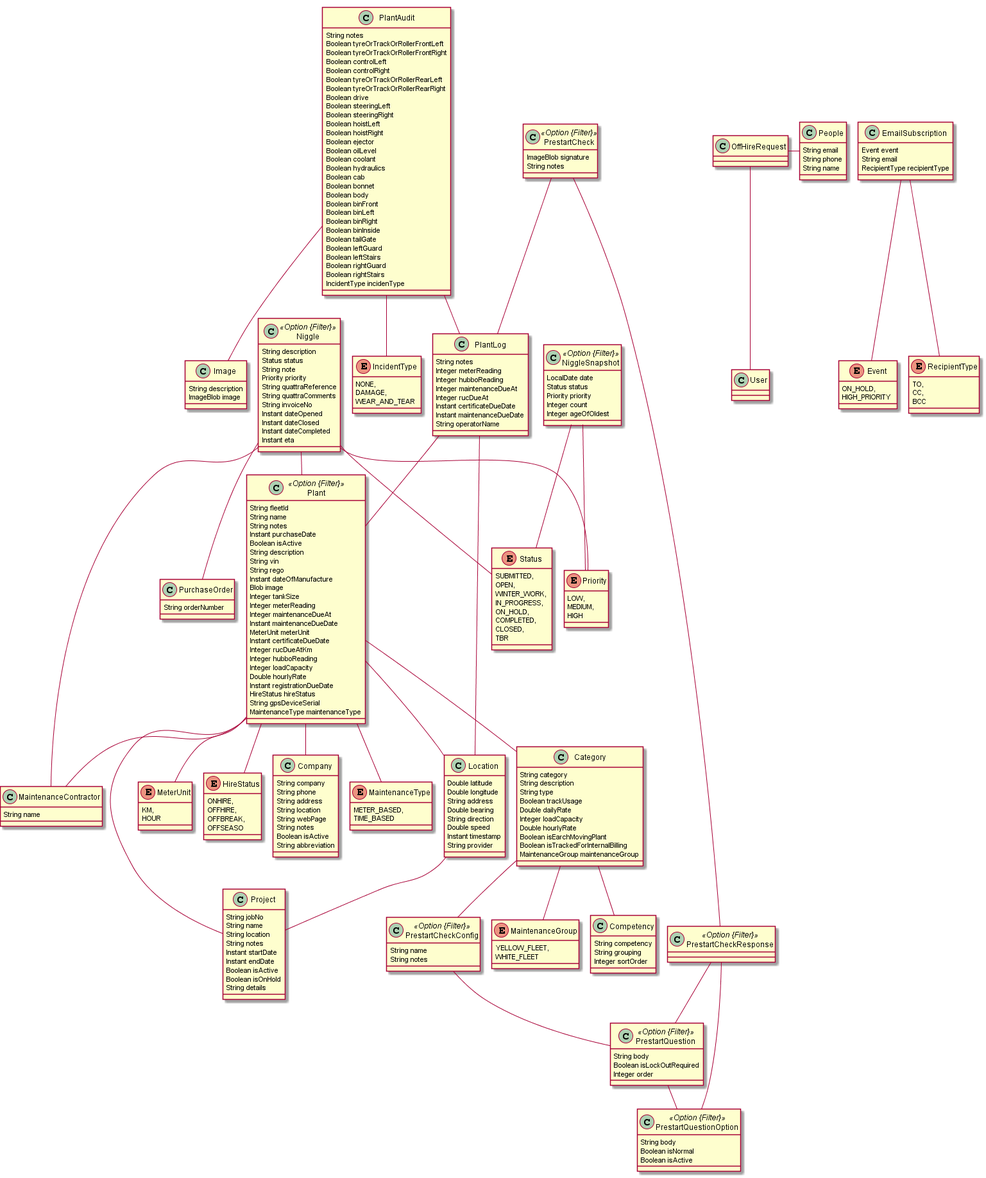
The PlantUML diagram entity.png in LIUTaichen/prestart-jhipster, before a commit.
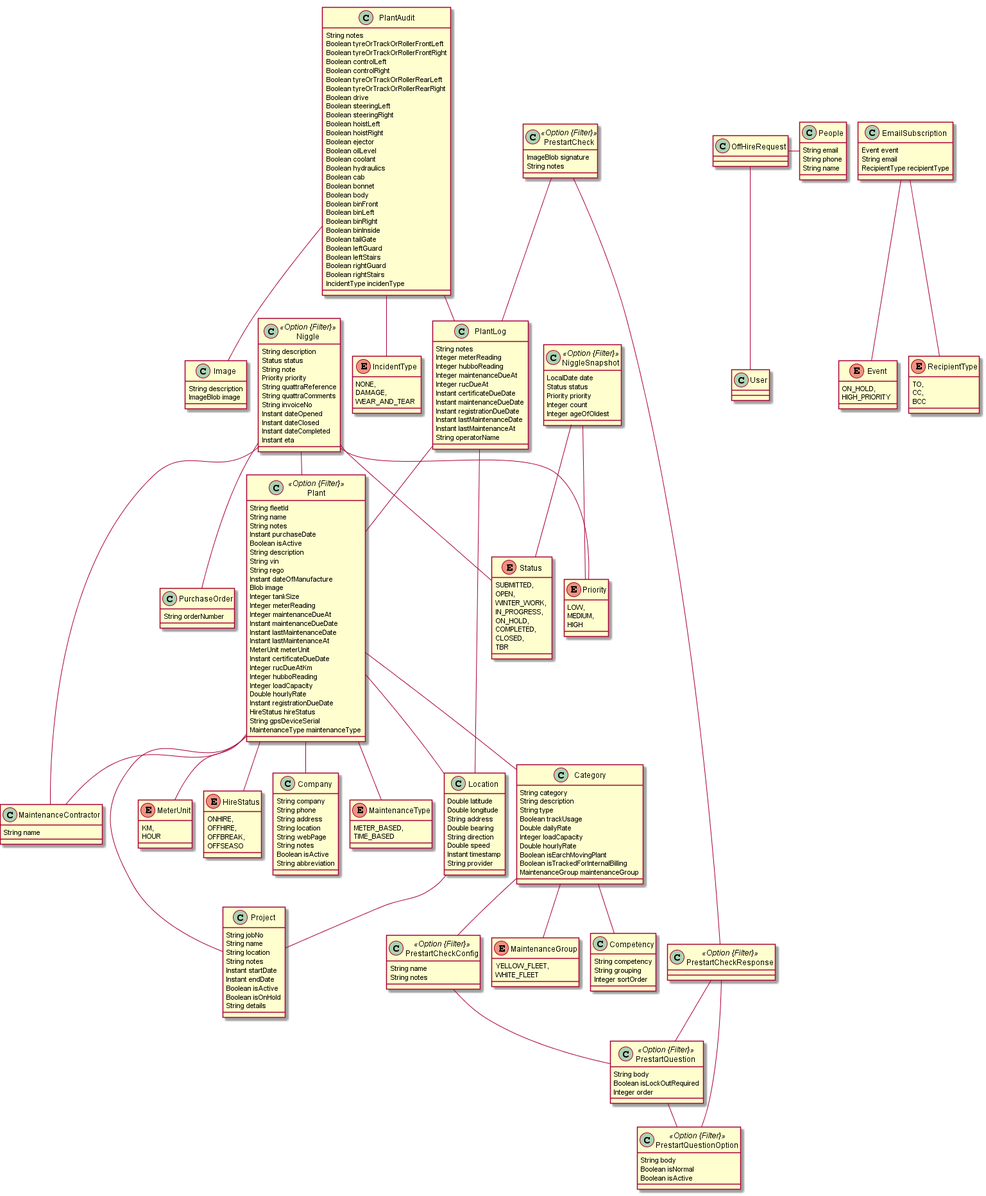
The same file after the commit.

What changed in the source:
```diff
@@ -16,6 +16,8 @@
 		Integer meterReading
 		Integer maintenanceDueAt
 		Instant maintenanceDueDate
+		Instant lastMaintenanceDate
+		Instant lastMaintenanceAt
 		MeterUnit meterUnit
 		Instant certificateDueDate
 		Integer rucDueAtKm
@@ -141,6 +143,9 @@
 		Integer rucDueAt
 		Instant certificateDueDate
 		Instant maintenanceDueDate
+		Instant registrationDueDate
+		Instant lastMaintenanceDate
+		Instant lastMaintenanceAt
 		String operatorName
 	}
 	class PlantAudit  {
```
